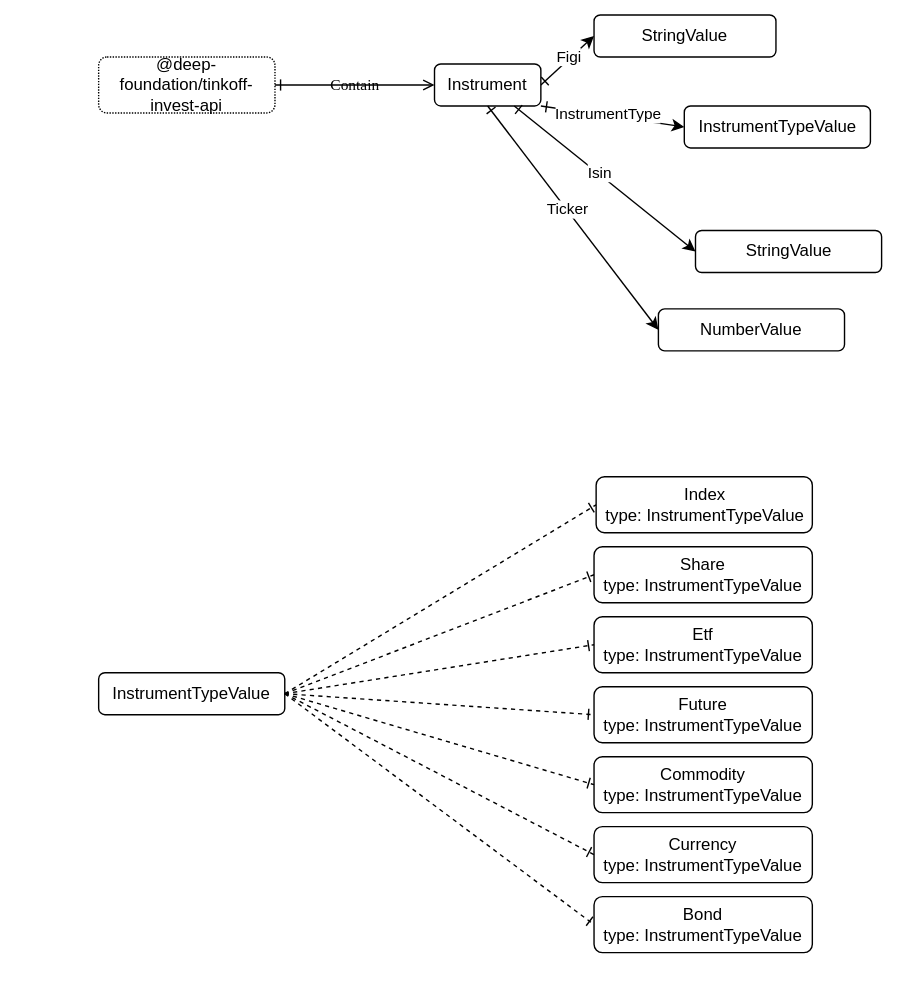
Before: drawio/Instrument.drawio.svg, a diagram exported from draw.io (suenot/deep-tinkoff-invest-api). Source tidied: cells renumbered, new cells last; positions are measured from the earlier drawing's top-left corner, leaving out a move shared by most shapes. Source of this version:
```xml
<mxGraphModel>
  <root>
    <mxCell id="0" />
    <mxCell id="1" parent="0" />
    <mxCell id="2" style="rounded=0;whiteSpace=wrap;html=1;dashed=1;dashPattern=1 1;strokeColor=none;" parent="1" vertex="1">
      <mxGeometry width="640" height="700" as="geometry" />
    </mxCell>
    <mxCell id="3" style="edgeStyle=none;html=1;exitX=1;exitY=0.5;exitDx=0;exitDy=0;entryX=0;entryY=0.5;entryDx=0;entryDy=0;startArrow=ERone;startFill=0;" parent="1" edge="1" source="5" target="6">
      <mxGeometry relative="1" as="geometry" />
    </mxCell>
    <mxCell id="4" value="Figi" style="edgeLabel;html=1;align=center;verticalAlign=middle;" parent="3" vertex="1">
      <mxGeometry x="0.08" y="2" relative="1" as="geometry" />
    </mxCell>
    <mxCell id="5" value="Instrument" style="rounded=1;whiteSpace=wrap;html=1;labelBackgroundColor=none;" parent="1" vertex="1">
      <mxGeometry x="310" y="45" width="76" height="30" as="geometry" />
    </mxCell>
    <mxCell id="6" value="StringValue" style="rounded=1;whiteSpace=wrap;html=1;labelBackgroundColor=none;" parent="1" vertex="1">
      <mxGeometry x="424" y="10" width="130" height="30" as="geometry" />
    </mxCell>
    <mxCell id="7" value="@deep-foundation/tinkoff-invest-api" style="rounded=1;whiteSpace=wrap;html=1;labelBackgroundColor=none;dashed=1;dashPattern=1 1;" parent="1" vertex="1">
      <mxGeometry x="70" y="40" width="126" height="40" as="geometry" />
    </mxCell>
    <mxCell id="8" value="Contain" style="jettySize=auto;html=1;shadow=0;labelBackgroundColor=none;startArrow=ERone;startFill=0;endArrow=open;endFill=0;fontColor=#000000;fontFamily=Comic Sans MS;entryX=0;entryY=0.5;entryDx=0;entryDy=0;exitX=1;exitY=0.5;exitDx=0;exitDy=0;" parent="1" edge="1" source="7" target="5">
      <mxGeometry relative="1" as="geometry" />
    </mxCell>
    <mxCell id="9" style="edgeStyle=none;html=1;exitX=1;exitY=0.5;exitDx=0;exitDy=0;entryX=0;entryY=0.5;entryDx=0;entryDy=0;startArrow=none;startFill=0;dashed=1;endArrow=ERone;endFill=0;" parent="1" edge="1" source="11" target="16">
      <mxGeometry relative="1" as="geometry" />
    </mxCell>
    <mxCell id="10" style="edgeStyle=none;html=1;exitX=1;exitY=0.5;exitDx=0;exitDy=0;startArrow=none;startFill=0;entryX=0;entryY=0.5;entryDx=0;entryDy=0;dashed=1;endArrow=ERone;endFill=0;" parent="1" edge="1" source="11" target="12">
      <mxGeometry relative="1" as="geometry" />
    </mxCell>
    <mxCell id="11" value="InstrumentTypeValue" style="rounded=1;whiteSpace=wrap;html=1;labelBackgroundColor=none;" parent="1" vertex="1">
      <mxGeometry x="70" y="480" width="133" height="30" as="geometry" />
    </mxCell>
    <mxCell id="12" value="Share&lt;br&gt;type: InstrumentTypeValue" style="rounded=1;whiteSpace=wrap;html=1;labelBackgroundColor=none;" parent="1" vertex="1">
      <mxGeometry x="424" y="390" width="156" height="40" as="geometry" />
    </mxCell>
    <mxCell id="13" value="Etf&lt;br&gt;type: InstrumentTypeValue" style="rounded=1;whiteSpace=wrap;html=1;labelBackgroundColor=none;" parent="1" vertex="1">
      <mxGeometry x="424" y="440" width="156" height="40" as="geometry" />
    </mxCell>
    <mxCell id="14" value="Future&lt;br&gt;type: InstrumentTypeValue" style="rounded=1;whiteSpace=wrap;html=1;labelBackgroundColor=none;" parent="1" vertex="1">
      <mxGeometry x="424" y="490" width="156" height="40" as="geometry" />
    </mxCell>
    <mxCell id="15" value="Commodity&lt;br&gt;type: InstrumentTypeValue" style="rounded=1;whiteSpace=wrap;html=1;labelBackgroundColor=none;" parent="1" vertex="1">
      <mxGeometry x="424" y="540" width="156" height="40" as="geometry" />
    </mxCell>
    <mxCell id="16" value="Index&lt;br&gt;type: InstrumentTypeValue" style="rounded=1;whiteSpace=wrap;html=1;labelBackgroundColor=none;" parent="1" vertex="1">
      <mxGeometry x="425.5" y="340" width="154.5" height="40" as="geometry" />
    </mxCell>
    <mxCell id="17" value="Currency&lt;br&gt;type: InstrumentTypeValue" style="rounded=1;whiteSpace=wrap;html=1;labelBackgroundColor=none;" parent="1" vertex="1">
      <mxGeometry x="424" y="590" width="156" height="40" as="geometry" />
    </mxCell>
    <mxCell id="18" value="Bond&lt;br&gt;type: InstrumentTypeValue" style="rounded=1;whiteSpace=wrap;html=1;labelBackgroundColor=none;" parent="1" vertex="1">
      <mxGeometry x="424" y="640" width="156" height="40" as="geometry" />
    </mxCell>
    <mxCell id="19" style="edgeStyle=none;html=1;exitX=1;exitY=0.5;exitDx=0;exitDy=0;startArrow=none;startFill=0;entryX=0;entryY=0.5;entryDx=0;entryDy=0;dashed=1;endArrow=ERone;endFill=0;" parent="1" edge="1" source="11" target="13">
      <mxGeometry relative="1" as="geometry" />
    </mxCell>
    <mxCell id="20" style="edgeStyle=none;html=1;exitX=1;exitY=0.5;exitDx=0;exitDy=0;startArrow=none;startFill=0;entryX=0;entryY=0.5;entryDx=0;entryDy=0;dashed=1;endArrow=ERone;endFill=0;" parent="1" edge="1" source="11" target="14">
      <mxGeometry relative="1" as="geometry" />
    </mxCell>
    <mxCell id="21" style="edgeStyle=none;html=1;startArrow=none;startFill=0;exitX=1;exitY=0.5;exitDx=0;exitDy=0;entryX=0;entryY=0.5;entryDx=0;entryDy=0;dashed=1;endArrow=ERone;endFill=0;" parent="1" edge="1" source="11" target="15">
      <mxGeometry relative="1" as="geometry" />
    </mxCell>
    <mxCell id="22" style="edgeStyle=none;html=1;exitX=1;exitY=0.5;exitDx=0;exitDy=0;startArrow=none;startFill=0;entryX=0;entryY=0.5;entryDx=0;entryDy=0;dashed=1;endArrow=ERone;endFill=0;" parent="1" edge="1" source="11" target="17">
      <mxGeometry relative="1" as="geometry" />
    </mxCell>
    <mxCell id="23" style="edgeStyle=none;html=1;startArrow=none;startFill=0;exitX=1;exitY=0.5;exitDx=0;exitDy=0;entryX=0;entryY=0.5;entryDx=0;entryDy=0;dashed=1;endArrow=ERone;endFill=0;" parent="1" edge="1" source="11" target="18">
      <mxGeometry relative="1" as="geometry" />
    </mxCell>
    <mxCell id="24" style="edgeStyle=none;html=1;exitX=1;exitY=1;exitDx=0;exitDy=0;startArrow=ERone;startFill=0;entryX=0;entryY=0.5;entryDx=0;entryDy=0;" parent="1" edge="1" source="5" target="26">
      <mxGeometry relative="1" as="geometry" />
    </mxCell>
    <mxCell id="25" value="InstrumentType" style="edgeLabel;html=1;align=center;verticalAlign=middle;" parent="24" vertex="1">
      <mxGeometry x="-0.07" y="1" relative="1" as="geometry" />
    </mxCell>
    <mxCell id="26" value="InstrumentTypeValue" style="rounded=1;whiteSpace=wrap;html=1;labelBackgroundColor=none;" parent="1" vertex="1">
      <mxGeometry x="488.5" y="75" width="133" height="30" as="geometry" />
    </mxCell>
    <mxCell id="27" value="NumberValue" style="rounded=1;whiteSpace=wrap;html=1;labelBackgroundColor=none;" parent="1" vertex="1">
      <mxGeometry x="470" y="220" width="133" height="30" as="geometry" />
    </mxCell>
    <mxCell id="28" style="edgeStyle=none;html=1;exitX=0.5;exitY=1;exitDx=0;exitDy=0;startArrow=ERone;startFill=0;entryX=0;entryY=0.5;entryDx=0;entryDy=0;" parent="1" edge="1" source="5" target="27">
      <mxGeometry relative="1" as="geometry" />
    </mxCell>
    <mxCell id="29" value="Ticker" style="edgeLabel;html=1;align=center;verticalAlign=middle;" parent="28" vertex="1">
      <mxGeometry x="-0.07" y="1" relative="1" as="geometry" />
    </mxCell>
    <mxCell id="30" value="StringValue" style="rounded=1;whiteSpace=wrap;html=1;labelBackgroundColor=none;" parent="1" vertex="1">
      <mxGeometry x="496.5" y="164" width="133" height="30" as="geometry" />
    </mxCell>
    <mxCell id="31" style="edgeStyle=none;html=1;exitX=0.75;exitY=1;exitDx=0;exitDy=0;startArrow=ERone;startFill=0;entryX=0;entryY=0.5;entryDx=0;entryDy=0;" parent="1" edge="1" source="5" target="30">
      <mxGeometry relative="1" as="geometry" />
    </mxCell>
    <mxCell id="32" value="Isin" style="edgeLabel;html=1;align=center;verticalAlign=middle;" parent="31" vertex="1">
      <mxGeometry x="-0.07" y="1" relative="1" as="geometry" />
    </mxCell>
  </root>
</mxGraphModel>
```
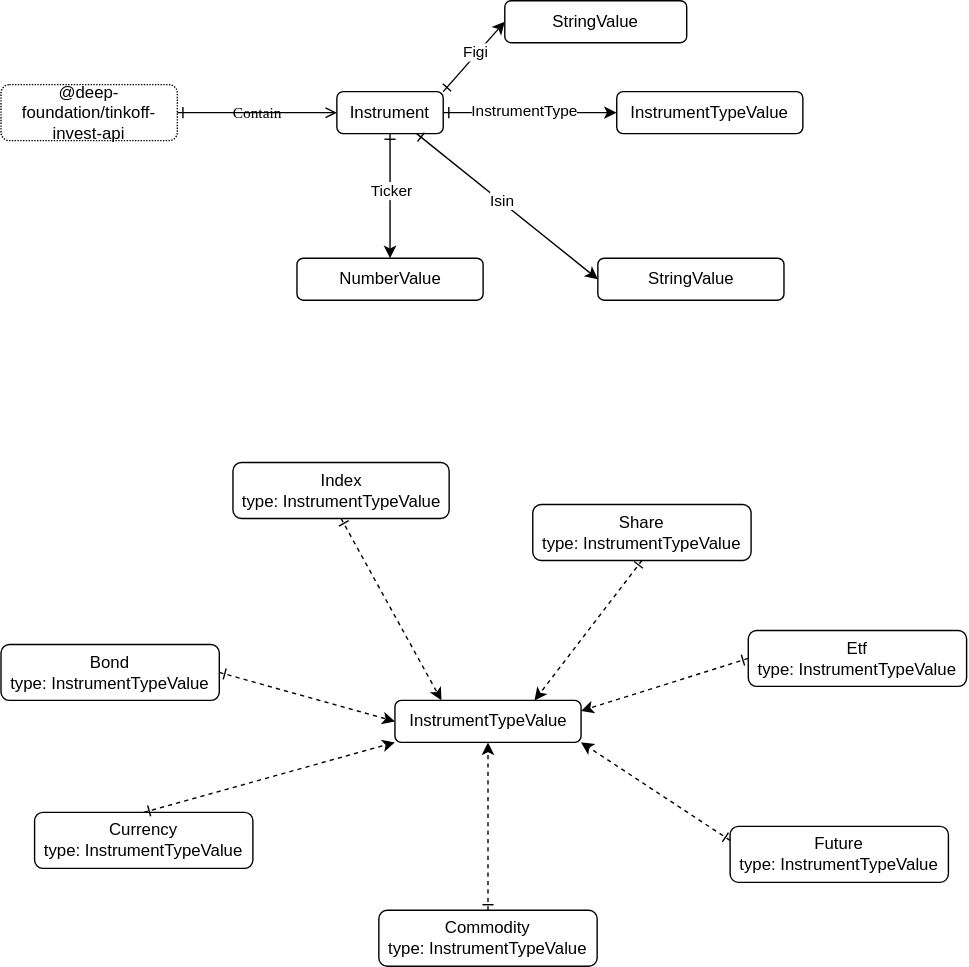
After the commit.

Commit message:
drawio привел в порядок

Diff of the diagram source:
```diff
@@ -2,10 +2,7 @@
   <root>
     <mxCell id="0" />
     <mxCell id="1" parent="0" />
-    <mxCell id="2" style="rounded=0;whiteSpace=wrap;html=1;dashed=1;dashPattern=1 1;strokeColor=none;" parent="1" vertex="1">
-      <mxGeometry width="640" height="700" as="geometry" />
-    </mxCell>
-    <mxCell id="3" style="edgeStyle=none;html=1;exitX=1;exitY=0.5;exitDx=0;exitDy=0;entryX=0;entryY=0.5;entryDx=0;entryDy=0;startArrow=ERone;startFill=0;" parent="1" edge="1" source="5" target="6">
+    <mxCell id="3" style="edgeStyle=none;html=1;exitX=1;exitY=0;exitDx=0;exitDy=0;entryX=0;entryY=0.5;entryDx=0;entryDy=0;startArrow=ERone;startFill=0;" parent="1" edge="1" source="5" target="6">
       <mxGeometry relative="1" as="geometry" />
     </mxCell>
     <mxCell id="4" value="Figi" style="edgeLabel;html=1;align=center;verticalAlign=middle;" parent="3" vertex="1">
@@ -15,7 +12,7 @@
       <mxGeometry x="310" y="45" width="76" height="30" as="geometry" />
     </mxCell>
     <mxCell id="6" value="StringValue" style="rounded=1;whiteSpace=wrap;html=1;labelBackgroundColor=none;" parent="1" vertex="1">
-      <mxGeometry x="424" y="10" width="130" height="30" as="geometry" />
+      <mxGeometry x="430" y="-20" width="130" height="30" as="geometry" />
     </mxCell>
     <mxCell id="7" value="@deep-foundation/tinkoff-invest-api" style="rounded=1;whiteSpace=wrap;html=1;labelBackgroundColor=none;dashed=1;dashPattern=1 1;" parent="1" vertex="1">
       <mxGeometry x="70" y="40" width="126" height="40" as="geometry" />
@@ -23,64 +20,46 @@
     <mxCell id="8" value="Contain" style="jettySize=auto;html=1;shadow=0;labelBackgroundColor=none;startArrow=ERone;startFill=0;endArrow=open;endFill=0;fontColor=#000000;fontFamily=Comic Sans MS;entryX=0;entryY=0.5;entryDx=0;entryDy=0;exitX=1;exitY=0.5;exitDx=0;exitDy=0;" parent="1" edge="1" source="7" target="5">
       <mxGeometry relative="1" as="geometry" />
     </mxCell>
-    <mxCell id="9" style="edgeStyle=none;html=1;exitX=1;exitY=0.5;exitDx=0;exitDy=0;entryX=0;entryY=0.5;entryDx=0;entryDy=0;startArrow=none;startFill=0;dashed=1;endArrow=ERone;endFill=0;" parent="1" edge="1" source="11" target="16">
-      <mxGeometry relative="1" as="geometry" />
-    </mxCell>
-    <mxCell id="10" style="edgeStyle=none;html=1;exitX=1;exitY=0.5;exitDx=0;exitDy=0;startArrow=none;startFill=0;entryX=0;entryY=0.5;entryDx=0;entryDy=0;dashed=1;endArrow=ERone;endFill=0;" parent="1" edge="1" source="11" target="12">
-      <mxGeometry relative="1" as="geometry" />
-    </mxCell>
+    <mxCell id="33" style="edgeStyle=none;html=1;exitX=0;exitY=0.5;exitDx=0;exitDy=0;dashed=1;startArrow=ERone;startFill=0;endArrow=classic;endFill=1;entryX=1;entryY=0.25;entryDx=0;entryDy=0;" parent="1" edge="1" source="13" target="11">
+      <mxGeometry relative="1" as="geometry" />
+    </mxCell>
     <mxCell id="11" value="InstrumentTypeValue" style="rounded=1;whiteSpace=wrap;html=1;labelBackgroundColor=none;" parent="1" vertex="1">
-      <mxGeometry x="70" y="480" width="133" height="30" as="geometry" />
+      <mxGeometry x="351.5" y="480" width="133" height="30" as="geometry" />
     </mxCell>
     <mxCell id="12" value="Share&lt;br&gt;type: InstrumentTypeValue" style="rounded=1;whiteSpace=wrap;html=1;labelBackgroundColor=none;" parent="1" vertex="1">
-      <mxGeometry x="424" y="390" width="156" height="40" as="geometry" />
+      <mxGeometry x="450" y="340" width="156" height="40" as="geometry" />
     </mxCell>
     <mxCell id="13" value="Etf&lt;br&gt;type: InstrumentTypeValue" style="rounded=1;whiteSpace=wrap;html=1;labelBackgroundColor=none;" parent="1" vertex="1">
-      <mxGeometry x="424" y="440" width="156" height="40" as="geometry" />
+      <mxGeometry x="604" y="430" width="156" height="40" as="geometry" />
     </mxCell>
     <mxCell id="14" value="Future&lt;br&gt;type: InstrumentTypeValue" style="rounded=1;whiteSpace=wrap;html=1;labelBackgroundColor=none;" parent="1" vertex="1">
-      <mxGeometry x="424" y="490" width="156" height="40" as="geometry" />
+      <mxGeometry x="591" y="570" width="156" height="40" as="geometry" />
     </mxCell>
     <mxCell id="15" value="Commodity&lt;br&gt;type: InstrumentTypeValue" style="rounded=1;whiteSpace=wrap;html=1;labelBackgroundColor=none;" parent="1" vertex="1">
-      <mxGeometry x="424" y="540" width="156" height="40" as="geometry" />
+      <mxGeometry x="340" y="630" width="156" height="40" as="geometry" />
     </mxCell>
     <mxCell id="16" value="Index&lt;br&gt;type: InstrumentTypeValue" style="rounded=1;whiteSpace=wrap;html=1;labelBackgroundColor=none;" parent="1" vertex="1">
-      <mxGeometry x="425.5" y="340" width="154.5" height="40" as="geometry" />
+      <mxGeometry x="235.8" y="310" width="154.5" height="40" as="geometry" />
     </mxCell>
     <mxCell id="17" value="Currency&lt;br&gt;type: InstrumentTypeValue" style="rounded=1;whiteSpace=wrap;html=1;labelBackgroundColor=none;" parent="1" vertex="1">
-      <mxGeometry x="424" y="590" width="156" height="40" as="geometry" />
+      <mxGeometry x="94" y="560" width="156" height="40" as="geometry" />
     </mxCell>
     <mxCell id="18" value="Bond&lt;br&gt;type: InstrumentTypeValue" style="rounded=1;whiteSpace=wrap;html=1;labelBackgroundColor=none;" parent="1" vertex="1">
-      <mxGeometry x="424" y="640" width="156" height="40" as="geometry" />
+      <mxGeometry x="70" y="440" width="156" height="40" as="geometry" />
     </mxCell>
-    <mxCell id="19" style="edgeStyle=none;html=1;exitX=1;exitY=0.5;exitDx=0;exitDy=0;startArrow=none;startFill=0;entryX=0;entryY=0.5;entryDx=0;entryDy=0;dashed=1;endArrow=ERone;endFill=0;" parent="1" edge="1" source="11" target="13">
-      <mxGeometry relative="1" as="geometry" />
-    </mxCell>
-    <mxCell id="20" style="edgeStyle=none;html=1;exitX=1;exitY=0.5;exitDx=0;exitDy=0;startArrow=none;startFill=0;entryX=0;entryY=0.5;entryDx=0;entryDy=0;dashed=1;endArrow=ERone;endFill=0;" parent="1" edge="1" source="11" target="14">
-      <mxGeometry relative="1" as="geometry" />
-    </mxCell>
-    <mxCell id="21" style="edgeStyle=none;html=1;startArrow=none;startFill=0;exitX=1;exitY=0.5;exitDx=0;exitDy=0;entryX=0;entryY=0.5;entryDx=0;entryDy=0;dashed=1;endArrow=ERone;endFill=0;" parent="1" edge="1" source="11" target="15">
-      <mxGeometry relative="1" as="geometry" />
-    </mxCell>
-    <mxCell id="22" style="edgeStyle=none;html=1;exitX=1;exitY=0.5;exitDx=0;exitDy=0;startArrow=none;startFill=0;entryX=0;entryY=0.5;entryDx=0;entryDy=0;dashed=1;endArrow=ERone;endFill=0;" parent="1" edge="1" source="11" target="17">
-      <mxGeometry relative="1" as="geometry" />
-    </mxCell>
-    <mxCell id="23" style="edgeStyle=none;html=1;startArrow=none;startFill=0;exitX=1;exitY=0.5;exitDx=0;exitDy=0;entryX=0;entryY=0.5;entryDx=0;entryDy=0;dashed=1;endArrow=ERone;endFill=0;" parent="1" edge="1" source="11" target="18">
-      <mxGeometry relative="1" as="geometry" />
-    </mxCell>
-    <mxCell id="24" style="edgeStyle=none;html=1;exitX=1;exitY=1;exitDx=0;exitDy=0;startArrow=ERone;startFill=0;entryX=0;entryY=0.5;entryDx=0;entryDy=0;" parent="1" edge="1" source="5" target="26">
+    <mxCell id="24" style="edgeStyle=none;html=1;exitX=1;exitY=0.5;exitDx=0;exitDy=0;startArrow=ERone;startFill=0;entryX=0;entryY=0.5;entryDx=0;entryDy=0;" parent="1" edge="1" source="5" target="26">
       <mxGeometry relative="1" as="geometry" />
     </mxCell>
     <mxCell id="25" value="InstrumentType" style="edgeLabel;html=1;align=center;verticalAlign=middle;" parent="24" vertex="1">
       <mxGeometry x="-0.07" y="1" relative="1" as="geometry" />
     </mxCell>
     <mxCell id="26" value="InstrumentTypeValue" style="rounded=1;whiteSpace=wrap;html=1;labelBackgroundColor=none;" parent="1" vertex="1">
-      <mxGeometry x="488.5" y="75" width="133" height="30" as="geometry" />
+      <mxGeometry x="510" y="45" width="133" height="30" as="geometry" />
     </mxCell>
     <mxCell id="27" value="NumberValue" style="rounded=1;whiteSpace=wrap;html=1;labelBackgroundColor=none;" parent="1" vertex="1">
-      <mxGeometry x="470" y="220" width="133" height="30" as="geometry" />
+      <mxGeometry x="281.5" y="164" width="133" height="30" as="geometry" />
     </mxCell>
-    <mxCell id="28" style="edgeStyle=none;html=1;exitX=0.5;exitY=1;exitDx=0;exitDy=0;startArrow=ERone;startFill=0;entryX=0;entryY=0.5;entryDx=0;entryDy=0;" parent="1" edge="1" source="5" target="27">
+    <mxCell id="28" style="edgeStyle=none;html=1;exitX=0.5;exitY=1;exitDx=0;exitDy=0;startArrow=ERone;startFill=0;entryX=0.5;entryY=0;entryDx=0;entryDy=0;" parent="1" edge="1" source="5" target="27">
       <mxGeometry relative="1" as="geometry" />
     </mxCell>
     <mxCell id="29" value="Ticker" style="edgeLabel;html=1;align=center;verticalAlign=middle;" parent="28" vertex="1">
@@ -95,5 +74,23 @@
     <mxCell id="32" value="Isin" style="edgeLabel;html=1;align=center;verticalAlign=middle;" parent="31" vertex="1">
       <mxGeometry x="-0.07" y="1" relative="1" as="geometry" />
     </mxCell>
+    <mxCell id="34" style="edgeStyle=none;html=1;entryX=0.5;entryY=1;entryDx=0;entryDy=0;dashed=1;startArrow=ERone;startFill=0;endArrow=classic;endFill=1;exitX=0.5;exitY=0;exitDx=0;exitDy=0;" parent="1" edge="1" source="15" target="11">
+      <mxGeometry relative="1" as="geometry" />
+    </mxCell>
+    <mxCell id="35" style="edgeStyle=none;html=1;exitX=0;exitY=0.25;exitDx=0;exitDy=0;dashed=1;startArrow=ERone;startFill=0;endArrow=classic;endFill=1;entryX=1;entryY=1;entryDx=0;entryDy=0;" parent="1" edge="1" source="14" target="11">
+      <mxGeometry relative="1" as="geometry" />
+    </mxCell>
+    <mxCell id="36" style="edgeStyle=none;html=1;dashed=1;startArrow=ERone;startFill=0;endArrow=classic;endFill=1;entryX=0;entryY=1;entryDx=0;entryDy=0;exitX=0.5;exitY=0;exitDx=0;exitDy=0;" parent="1" edge="1" source="17" target="11">
+      <mxGeometry relative="1" as="geometry" />
+    </mxCell>
+    <mxCell id="37" style="edgeStyle=none;html=1;exitX=1;exitY=0.5;exitDx=0;exitDy=0;dashed=1;startArrow=ERone;startFill=0;endArrow=classic;endFill=1;entryX=0;entryY=0.5;entryDx=0;entryDy=0;" parent="1" edge="1" source="18" target="11">
+      <mxGeometry relative="1" as="geometry" />
+    </mxCell>
+    <mxCell id="38" style="edgeStyle=none;html=1;entryX=0.25;entryY=0;entryDx=0;entryDy=0;dashed=1;startArrow=ERone;startFill=0;endArrow=classic;endFill=1;exitX=0.5;exitY=1;exitDx=0;exitDy=0;" parent="1" edge="1" source="16" target="11">
+      <mxGeometry relative="1" as="geometry" />
+    </mxCell>
+    <mxCell id="39" style="edgeStyle=none;html=1;exitX=0.5;exitY=1;exitDx=0;exitDy=0;dashed=1;startArrow=ERone;startFill=0;endArrow=classic;endFill=1;entryX=0.75;entryY=0;entryDx=0;entryDy=0;" parent="1" edge="1" source="12" target="11">
+      <mxGeometry relative="1" as="geometry" />
+    </mxCell>
   </root>
 </mxGraphModel>
```
